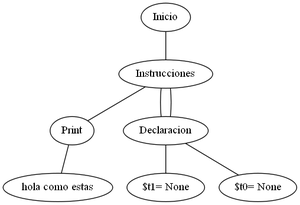
This is src/graph.png from PabloOsuna1997/Proyecto_Augus, a Graphviz export, as it was before one commit. Its source is kept beside it as src/graph.dot.
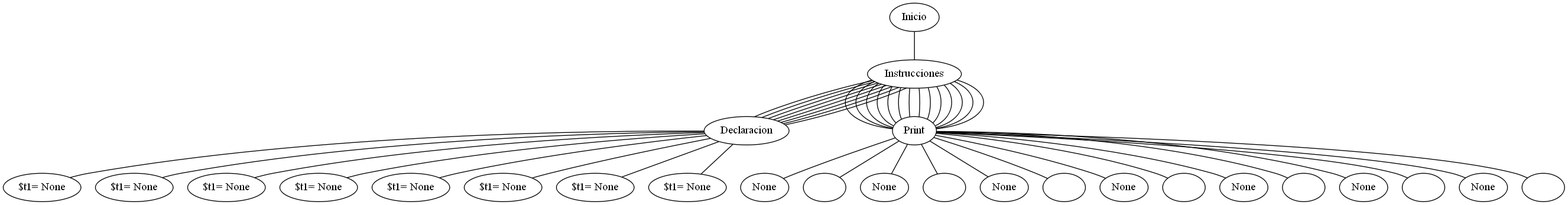
Later version of the same file.

Change to the diagram source:
```diff
@@ -2,10 +2,10 @@
 n000 [label="Inicio"] ;
 n000 -- n001;
 n001 [label="Instrucciones"] ;
-n001 -- n002;
-n002 [label="Print"] ;
-n002 -- n004;
-n004 [label="hola como estas"] ;
+n001 -- n003;
+n003 [label="Declaracion"] ;
+n003 -- n004;
+n004 [label="$t1= None"] ;
 n001 -- n003;
 n003 [label="Declaracion"] ;
 n003 -- n005;
@@ -13,5 +13,81 @@
 n001 -- n003;
 n003 [label="Declaracion"] ;
 n003 -- n006;
-n006 [label="$t0= None"] ;
+n006 [label="$t1= None"] ;
+n001 -- n002;
+n002 [label="Print"] ;
+n002 -- n007;
+n007 [label="None"] ;
+n001 -- n002;
+n002 [label="Print"] ;
+n002 -- n008;
+n008 [label="\n"] ;
+n001 -- n002;
+n002 [label="Print"] ;
+n002 -- n009;
+n009 [label="None"] ;
+n001 -- n002;
+n002 [label="Print"] ;
+n002 -- n0010;
+n0010 [label="\n"] ;
+n001 -- n003;
+n003 [label="Declaracion"] ;
+n003 -- n0011;
+n0011 [label="$t1= None"] ;
+n001 -- n002;
+n002 [label="Print"] ;
+n002 -- n0012;
+n0012 [label="None"] ;
+n001 -- n002;
+n002 [label="Print"] ;
+n002 -- n0013;
+n0013 [label="\n"] ;
+n001 -- n003;
+n003 [label="Declaracion"] ;
+n003 -- n0014;
+n0014 [label="$t1= None"] ;
+n001 -- n002;
+n002 [label="Print"] ;
+n002 -- n0015;
+n0015 [label="None"] ;
+n001 -- n002;
+n002 [label="Print"] ;
+n002 -- n0016;
+n0016 [label="\n"] ;
+n001 -- n003;
+n003 [label="Declaracion"] ;
+n003 -- n0017;
+n0017 [label="$t1= None"] ;
+n001 -- n002;
+n002 [label="Print"] ;
+n002 -- n0018;
+n0018 [label="None"] ;
+n001 -- n002;
+n002 [label="Print"] ;
+n002 -- n0019;
+n0019 [label="\n"] ;
+n001 -- n003;
+n003 [label="Declaracion"] ;
+n003 -- n0020;
+n0020 [label="$t1= None"] ;
+n001 -- n002;
+n002 [label="Print"] ;
+n002 -- n0021;
+n0021 [label="None"] ;
+n001 -- n002;
+n002 [label="Print"] ;
+n002 -- n0022;
+n0022 [label="\n"] ;
+n001 -- n003;
+n003 [label="Declaracion"] ;
+n003 -- n0023;
+n0023 [label="$t1= None"] ;
+n001 -- n002;
+n002 [label="Print"] ;
+n002 -- n0024;
+n0024 [label="None"] ;
+n001 -- n002;
+n002 [label="Print"] ;
+n002 -- n0025;
+n0025 [label="\n"] ;
 }
```
